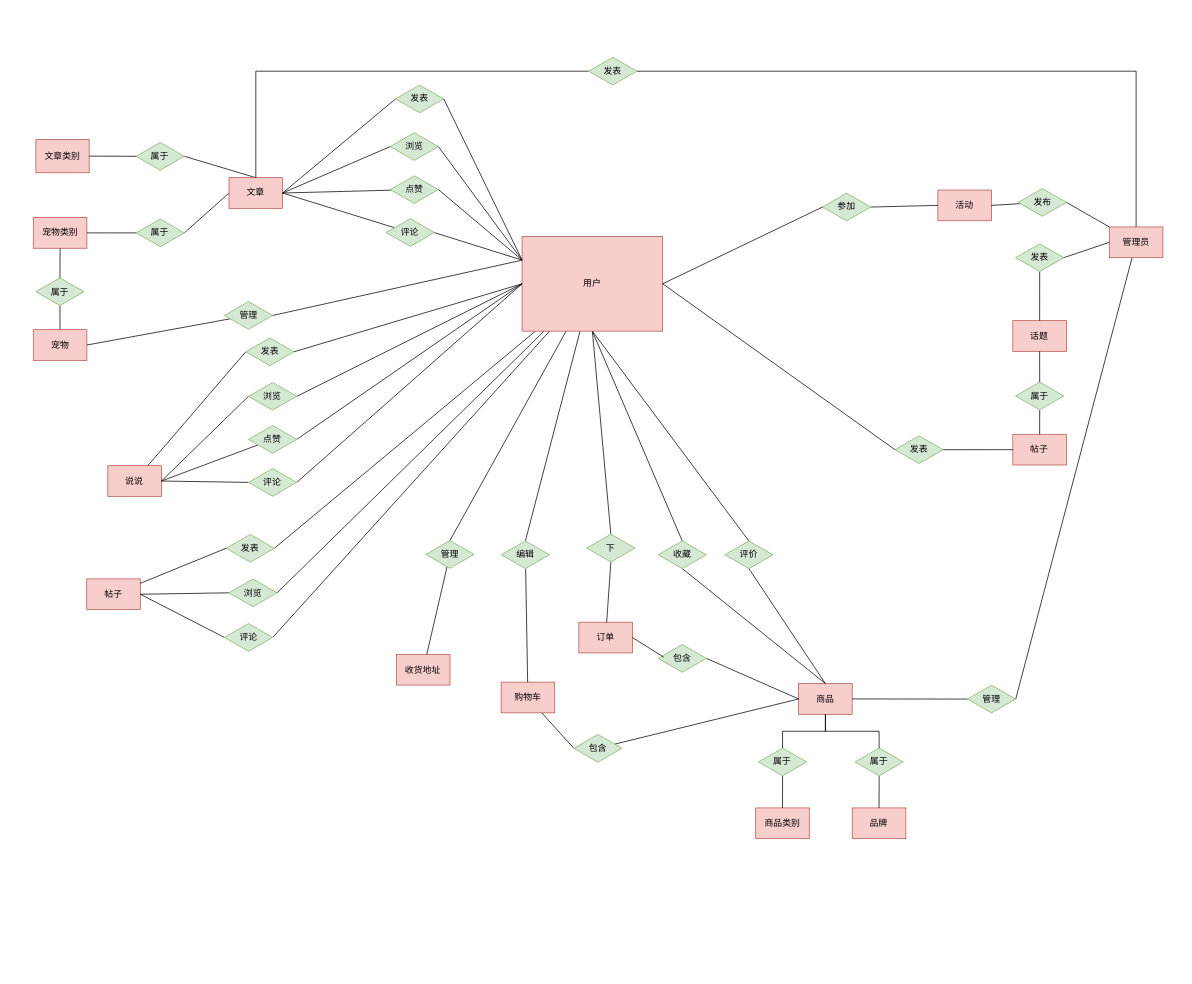
JMHello/draw keeps this draw.io diagram as pet/ER/ER图总图.drawio. Above is the earlier version. Source tidied: cells renumbered, new cells numbered last; positions are measured from the earlier drawing's top-left corner, leaving out a move shared by most shapes. Both pictures are drawn from the tidied source at 74%, with x=0, y=0 at pixel (33, 57).
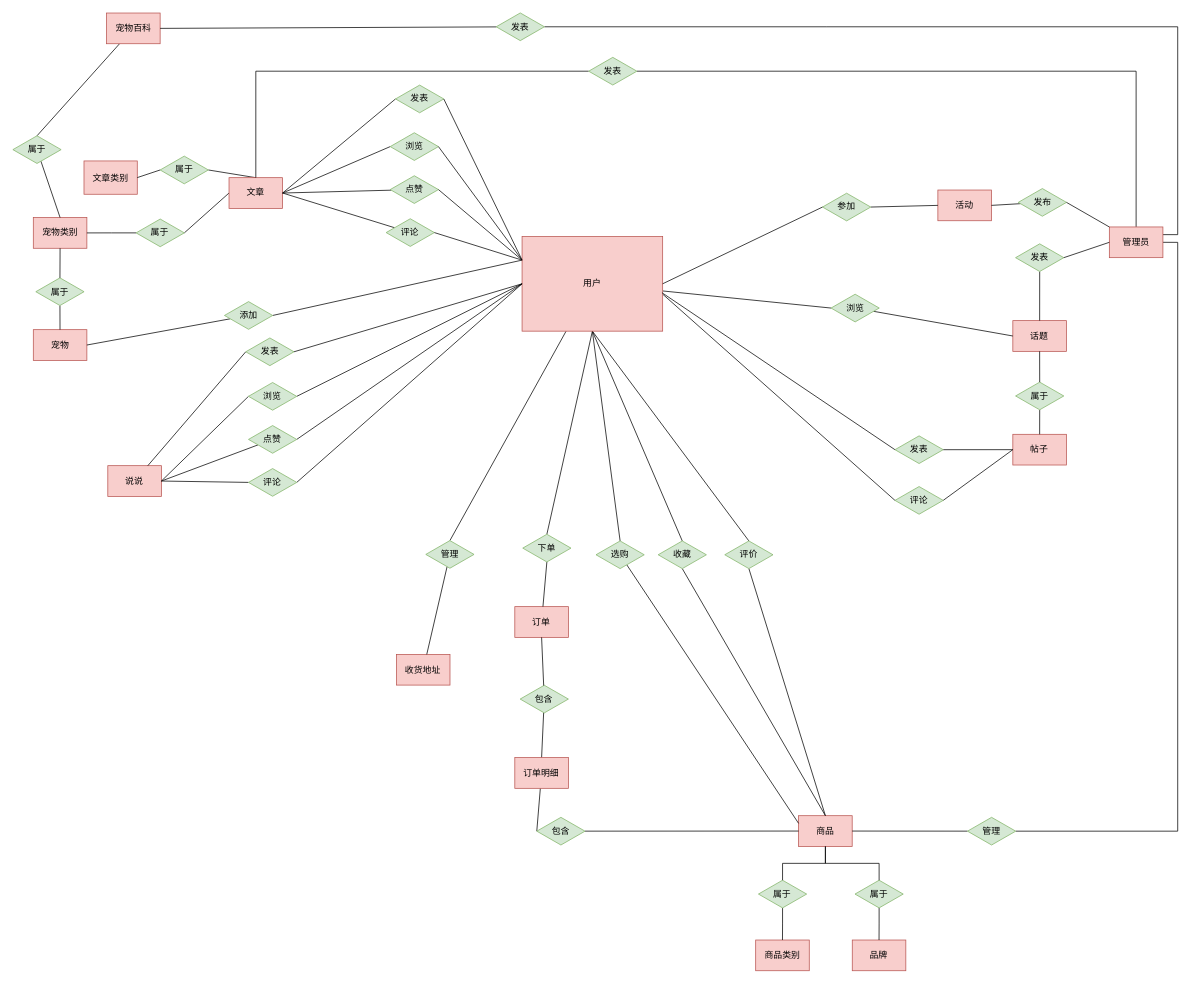
The same page after the edit.

Unchanged cells that the change refers to:
```xml
<mxCell id="11" value="用户" style="rounded=0;whiteSpace=wrap;html=1;fillColor=#f8cecc;strokeColor=#b85450;fontSize=12;" parent="1" vertex="1">
  <mxGeometry x="660" y="242" width="190" height="128" as="geometry" />
</mxCell>
<mxCell id="14" value="管理员" style="rounded=0;whiteSpace=wrap;html=1;fillColor=#f8cecc;strokeColor=#b85450;fontSize=12;" parent="1" vertex="1">
  <mxGeometry x="1453.6" y="229.2" width="72.4" height="41.5" as="geometry" />
</mxCell>
<mxCell id="18" value="话题" style="rounded=0;whiteSpace=wrap;html=1;fillColor=#f8cecc;strokeColor=#b85450;fontSize=12;" parent="1" vertex="1">
  <mxGeometry x="1323.2" y="355.8" width="72.4" height="41.5" as="geometry" />
</mxCell>
<mxCell id="27" value="帖子" style="rounded=0;whiteSpace=wrap;html=1;fillColor=#f8cecc;strokeColor=#b85450;fontSize=12;" parent="1" vertex="1">
  <mxGeometry x="1323.2" y="509.4" width="72.4" height="41.5" as="geometry" />
</mxCell>
<mxCell id="32" value="发表" style="rhombus;whiteSpace=wrap;html=1;fontSize=12;fillColor=#d5e8d4;strokeColor=#82b366;" parent="1" vertex="1">
  <mxGeometry x="1163.9" y="511.5" width="65.2" height="37.4" as="geometry" />
</mxCell>
<mxCell id="54" value="宠物类别" style="rounded=0;whiteSpace=wrap;html=1;fillColor=#f8cecc;strokeColor=#b85450;fontSize=12;" parent="53" vertex="1">
  <mxGeometry width="72.4" height="41.5" as="geometry" />
</mxCell>
```

Change to the diagram source:
```diff
@@
-    <mxCell id="5" style="edgeStyle=none;rounded=0;jettySize=auto;html=1;entryX=0.5;entryY=0;entryDx=0;entryDy=0;endArrow=none;endFill=0;" parent="1" edge="1" source="11" target="103">
-      <mxGeometry relative="1" as="geometry" />
-    </mxCell>
-    <mxCell id="6" style="edgeStyle=none;rounded=0;jettySize=auto;html=1;entryX=1;entryY=0.5;entryDx=0;entryDy=0;endArrow=none;endFill=0;" parent="1" edge="1" source="11" target="68">
-      <mxGeometry relative="1" as="geometry" />
-    </mxCell>
-    <mxCell id="7" style="edgeStyle=none;rounded=0;jettySize=auto;html=1;endArrow=none;endFill=0;entryX=1;entryY=0.5;entryDx=0;entryDy=0;" parent="1" edge="1" source="11" target="70">
-      <mxGeometry relative="1" as="geometry" />
-    </mxCell>
-    <mxCell id="8" style="edgeStyle=none;rounded=0;jettySize=auto;html=1;entryX=1;entryY=0.5;entryDx=0;entryDy=0;endArrow=none;endFill=0;" parent="1" edge="1" source="11" target="72">
-      <mxGeometry relative="1" as="geometry" />
-    </mxCell>
@@
+    <mxCell id="114" style="edgeStyle=none;rounded=0;jettySize=auto;html=1;entryX=0.5;entryY=0;entryDx=0;entryDy=0;endArrow=none;endFill=0;exitX=0.5;exitY=1;exitDx=0;exitDy=0;" parent="1" edge="1" source="11" target="121">
+      <mxGeometry relative="1" as="geometry" />
+    </mxCell>
+    <mxCell id="7" style="rounded=0;jettySize=auto;html=1;entryX=0;entryY=0.5;entryDx=0;entryDy=0;endArrow=none;endFill=0;" parent="1" edge="1" source="11" target="70">
+      <mxGeometry relative="1" as="geometry" />
+    </mxCell>
+    <mxCell id="115" style="edgeStyle=none;rounded=0;jettySize=auto;html=1;entryX=0;entryY=0.5;entryDx=0;entryDy=0;endArrow=none;endFill=0;" parent="1" edge="1" target="72">
+      <mxGeometry relative="1" as="geometry">
+        <mxPoint x="850" y="320" as="sourcePoint" />
+      </mxGeometry>
+    </mxCell>
@@
-    <mxCell id="13" style="edgeStyle=none;rounded=0;jettySize=auto;html=1;entryX=1;entryY=0.5;entryDx=0;entryDy=0;endArrow=none;endFill=0;" parent="1" edge="1" source="14" target="108">
+    <mxCell id="13" style="edgeStyle=orthogonalEdgeStyle;rounded=0;jettySize=auto;html=1;entryX=1;entryY=0.5;entryDx=0;entryDy=0;endArrow=none;endFill=0;exitX=1;exitY=0.5;exitDx=0;exitDy=0;" parent="1" edge="1" source="14" target="108">
       <mxGeometry relative="1" as="geometry" />
     </mxCell>
+    <mxCell id="116" style="edgeStyle=orthogonalEdgeStyle;rounded=0;jettySize=auto;html=1;entryX=1;entryY=0.5;entryDx=0;entryDy=0;endArrow=none;endFill=0;exitX=1;exitY=0.25;exitDx=0;exitDy=0;" parent="1" edge="1" source="14" target="68">
+      <mxGeometry relative="1" as="geometry" />
+    </mxCell>
@@
-    <mxCell id="33" style="rounded=0;jettySize=auto;html=1;exitX=1;exitY=0.5;exitDx=0;exitDy=0;entryX=0;entryY=0.5;entryDx=0;entryDy=0;endArrow=none;endFill=0;fontSize=12;" parent="1" edge="1" source="11" target="32">
+    <mxCell id="33" style="rounded=0;jettySize=auto;html=1;entryX=0;entryY=0.5;entryDx=0;entryDy=0;endArrow=none;endFill=0;fontSize=12;exitX=0.995;exitY=0.594;exitDx=0;exitDy=0;exitPerimeter=0;" parent="1" edge="1" source="11" target="32">
       <mxGeometry relative="1" as="geometry" />
     </mxCell>
@@
     <mxCell id="63" value="文章类别" style="rounded=0;whiteSpace=wrap;html=1;fillColor=#f8cecc;strokeColor=#b85450;fontSize=12;" parent="1" vertex="1">
-      <mxGeometry x="3" y="111" width="72" height="45" as="geometry" />
+      <mxGeometry x="68" y="140" width="72" height="45" as="geometry" />
     </mxCell>
@@
     <mxCell id="65" value="属于" style="rhombus;whiteSpace=wrap;html=1;fontSize=12;fillColor=#d5e8d4;strokeColor=#82b366;" parent="1" vertex="1">
-      <mxGeometry x="138.4" y="115" width="65.2" height="37.4" as="geometry" />
+      <mxGeometry x="170.9" y="133.5" width="65.2" height="37.4" as="geometry" />
     </mxCell>
-    <mxCell id="66" value="帖子" style="rounded=0;whiteSpace=wrap;html=1;fillColor=#f8cecc;strokeColor=#b85450;fontSize=12;" parent="1" vertex="1">
-      <mxGeometry x="71.7" y="704.8" width="72.4" height="41.5" as="geometry" />
-    </mxCell>
-    <mxCell id="67" style="rounded=0;jettySize=auto;html=1;exitX=0;exitY=0.5;exitDx=0;exitDy=0;fontSize=12;endArrow=none;endFill=0;" parent="1" edge="1" source="68" target="66">
-      <mxGeometry relative="1" as="geometry" />
-    </mxCell>
-    <mxCell id="68" value="发表" style="rhombus;whiteSpace=wrap;html=1;fontSize=12;fillColor=#d5e8d4;strokeColor=#82b366;" parent="1" vertex="1">
-      <mxGeometry x="260.1" y="644.7" width="65.2" height="37.4" as="geometry" />
-    </mxCell>
-    <mxCell id="69" style="edgeStyle=none;rounded=0;jettySize=auto;html=1;exitX=0;exitY=0.5;exitDx=0;exitDy=0;entryX=1;entryY=0.5;entryDx=0;entryDy=0;endArrow=none;endFill=0;fontSize=12;" parent="1" edge="1" source="70" target="66">
-      <mxGeometry relative="1" as="geometry" />
-    </mxCell>
-    <mxCell id="70" value="浏览" style="rhombus;whiteSpace=wrap;html=1;fontSize=12;fillColor=#d5e8d4;strokeColor=#82b366;" parent="1" vertex="1">
-      <mxGeometry x="263.8" y="704.9" width="65.2" height="37.4" as="geometry" />
-    </mxCell>
-    <mxCell id="71" style="edgeStyle=none;rounded=0;jettySize=auto;html=1;entryX=1;entryY=0.5;entryDx=0;entryDy=0;endArrow=none;endFill=0;fontSize=12;exitX=0;exitY=0.5;exitDx=0;exitDy=0;" parent="1" edge="1" source="72" target="66">
-      <mxGeometry relative="1" as="geometry" />
-    </mxCell>
-    <mxCell id="72" value="评论" style="rhombus;whiteSpace=wrap;html=1;fontSize=12;fillColor=#d5e8d4;strokeColor=#82b366;" parent="1" vertex="1">
-      <mxGeometry x="257.8" y="765.2" width="65.2" height="37.4" as="geometry" />
-    </mxCell>
@@
     <mxCell id="82" value="订单" style="rounded=0;whiteSpace=wrap;html=1;fillColor=#f8cecc;strokeColor=#b85450;fontSize=12;" parent="1" vertex="1">
-      <mxGeometry x="736.7" y="763.3" width="72.4" height="41.5" as="geometry" />
+      <mxGeometry x="650.2" y="742.3" width="72.4" height="41.5" as="geometry" />
     </mxCell>
     <mxCell id="83" value="商品" style="rounded=0;whiteSpace=wrap;html=1;fillColor=#f8cecc;strokeColor=#b85450;fontSize=12;" parent="1" vertex="1">
-      <mxGeometry x="1033.7" y="846.3" width="72.4" height="41.5" as="geometry" />
+      <mxGeometry x="1033.7" y="1024.8" width="72.4" height="41.5" as="geometry" />
     </mxCell>
@@
-    <mxCell id="85" value="下" style="rhombus;whiteSpace=wrap;html=1;fontSize=12;fillColor=#d5e8d4;strokeColor=#82b366;" parent="1" vertex="1">
-      <mxGeometry x="747.4" y="644.5" width="65.2" height="37.4" as="geometry" />
+    <mxCell id="85" value="下单" style="rhombus;whiteSpace=wrap;html=1;fontSize=12;fillColor=#d5e8d4;strokeColor=#82b366;" parent="1" vertex="1">
+      <mxGeometry x="660.9" y="644.5" width="65.2" height="37.4" as="geometry" />
     </mxCell>
     <mxCell id="86" value="商品类别" style="rounded=0;whiteSpace=wrap;html=1;fillColor=#f8cecc;strokeColor=#b85450;fontSize=12;" parent="1" vertex="1">
-      <mxGeometry x="975.7" y="1014.3" width="72.4" height="41.5" as="geometry" />
+      <mxGeometry x="975.7" y="1192.8" width="72.4" height="41.5" as="geometry" />
     </mxCell>
     <mxCell id="87" value="品牌" style="rounded=0;whiteSpace=wrap;html=1;fillColor=#f8cecc;strokeColor=#b85450;fontSize=12;" parent="1" vertex="1">
-      <mxGeometry x="1106.2" y="1014.3" width="72.4" height="41.5" as="geometry" />
+      <mxGeometry x="1106.2" y="1192.8" width="72.4" height="41.5" as="geometry" />
     </mxCell>
@@
     <mxCell id="89" value="属于" style="rhombus;whiteSpace=wrap;html=1;fontSize=12;fillColor=#d5e8d4;strokeColor=#82b366;" parent="1" vertex="1">
-      <mxGeometry x="979.4" y="933.5" width="65.2" height="37.4" as="geometry" />
+      <mxGeometry x="979.4" y="1112" width="65.2" height="37.4" as="geometry" />
     </mxCell>
@@
     <mxCell id="92" value="属于" style="rhombus;whiteSpace=wrap;html=1;fontSize=12;fillColor=#d5e8d4;strokeColor=#82b366;" parent="1" vertex="1">
-      <mxGeometry x="1109.9" y="933.5" width="65.2" height="37.4" as="geometry" />
+      <mxGeometry x="1109.9" y="1112" width="65.2" height="37.4" as="geometry" />
     </mxCell>
@@
-    <mxCell id="94" style="rounded=0;jettySize=auto;html=1;exitX=1;exitY=0.5;exitDx=0;exitDy=0;entryX=0;entryY=0.5;entryDx=0;entryDy=0;endArrow=none;endFill=0;fontSize=12;" parent="1" edge="1" source="95" target="83">
-      <mxGeometry relative="1" as="geometry" />
-    </mxCell>
+    <mxCell id="117" style="edgeStyle=none;rounded=0;jettySize=auto;html=1;entryX=0.5;entryY=0;entryDx=0;entryDy=0;endArrow=none;endFill=0;" parent="1" edge="1" source="95" target="119">
+      <mxGeometry relative="1" as="geometry" />
+    </mxCell>
     <mxCell id="95" value="包含" style="rhombus;whiteSpace=wrap;html=1;fontSize=12;fillColor=#d5e8d4;strokeColor=#82b366;" parent="1" vertex="1">
-      <mxGeometry x="843.9" y="793.5" width="65.2" height="37.4" as="geometry" />
+      <mxGeometry x="657.4" y="848.5" width="65.2" height="37.4" as="geometry" />
     </mxCell>
-    <mxCell id="96" style="rounded=0;jettySize=auto;html=1;exitX=1;exitY=0.5;exitDx=0;exitDy=0;entryX=0.116;entryY=0.455;entryDx=0;entryDy=0;entryPerimeter=0;endArrow=none;endFill=0;fontSize=12;" parent="1" edge="1" source="82" target="95">
+    <mxCell id="96" style="rounded=0;jettySize=auto;html=1;exitX=0.5;exitY=1;exitDx=0;exitDy=0;endArrow=none;endFill=0;fontSize=12;" parent="1" edge="1" source="82" target="95">
       <mxGeometry relative="1" as="geometry" />
     </mxCell>
@@
-    <mxCell id="101" value="购物车" style="rounded=0;whiteSpace=wrap;html=1;fillColor=#f8cecc;strokeColor=#b85450;fontSize=12;" parent="1" vertex="1">
-      <mxGeometry x="631.7" y="844.3" width="72.4" height="41.5" as="geometry" />
-    </mxCell>
-    <mxCell id="102" style="edgeStyle=none;rounded=0;jettySize=auto;html=1;endArrow=none;endFill=0;" parent="1" edge="1" source="103" target="101">
-      <mxGeometry relative="1" as="geometry" />
-    </mxCell>
-    <mxCell id="103" value="编辑" style="rhombus;whiteSpace=wrap;html=1;fontSize=12;fillColor=#d5e8d4;strokeColor=#82b366;" parent="1" vertex="1">
-      <mxGeometry x="631.9" y="653.5" width="65.2" height="37.4" as="geometry" />
-    </mxCell>
-    <mxCell id="104" style="edgeStyle=none;rounded=0;jettySize=auto;html=1;entryX=0;entryY=0.5;entryDx=0;entryDy=0;endArrow=none;endFill=0;" parent="1" edge="1" source="105" target="83">
-      <mxGeometry relative="1" as="geometry" />
-    </mxCell>
-    <mxCell id="105" value="包含" style="rhombus;whiteSpace=wrap;html=1;fontSize=12;fillColor=#d5e8d4;strokeColor=#82b366;" parent="1" vertex="1">
-      <mxGeometry x="729.9" y="915" width="65.2" height="37.4" as="geometry" />
-    </mxCell>
-    <mxCell id="106" style="edgeStyle=none;rounded=0;jettySize=auto;html=1;entryX=0;entryY=0.5;entryDx=0;entryDy=0;endArrow=none;endFill=0;" parent="1" edge="1" source="101" target="105">
-      <mxGeometry relative="1" as="geometry" />
-    </mxCell>
@@
     <mxCell id="108" value="管理" style="rhombus;whiteSpace=wrap;html=1;fontSize=12;fillColor=#d5e8d4;strokeColor=#82b366;" parent="1" vertex="1">
-      <mxGeometry x="1261.9" y="848.5" width="65.2" height="37.4" as="geometry" />
+      <mxGeometry x="1261.9" y="1027" width="65.2" height="37.4" as="geometry" />
     </mxCell>
@@
-    <mxCell id="113" value="管理" style="rhombus;whiteSpace=wrap;html=1;fontSize=12;fillColor=#d5e8d4;strokeColor=#82b366;" parent="1" vertex="1">
+    <mxCell id="113" value="添加" style="rhombus;whiteSpace=wrap;html=1;fontSize=12;fillColor=#d5e8d4;strokeColor=#82b366;" parent="1" vertex="1">
       <mxGeometry x="257.8" y="330.1" width="65.2" height="37.4" as="geometry" />
     </mxCell>
+    <mxCell id="118" style="edgeStyle=none;rounded=0;jettySize=auto;html=1;entryX=0;entryY=0.5;entryDx=0;entryDy=0;endArrow=none;endFill=0;" parent="1" edge="1" source="119" target="105">
+      <mxGeometry relative="1" as="geometry" />
+    </mxCell>
+    <mxCell id="119" value="订单明细" style="rounded=0;whiteSpace=wrap;html=1;fillColor=#f8cecc;strokeColor=#b85450;fontSize=12;" parent="1" vertex="1">
+      <mxGeometry x="650.2" y="946.3" width="72.4" height="41.5" as="geometry" />
+    </mxCell>
+    <mxCell id="104" style="edgeStyle=none;rounded=0;jettySize=auto;html=1;endArrow=none;endFill=0;entryX=0;entryY=0.5;entryDx=0;entryDy=0;" parent="1" edge="1" source="105" target="83">
+      <mxGeometry relative="1" as="geometry" />
+    </mxCell>
+    <mxCell id="105" value="包含" style="rhombus;whiteSpace=wrap;html=1;fontSize=12;fillColor=#d5e8d4;strokeColor=#82b366;" parent="1" vertex="1">
+      <mxGeometry x="679.9" y="1027" width="65.2" height="37.4" as="geometry" />
+    </mxCell>
+    <mxCell id="120" style="edgeStyle=none;rounded=0;jettySize=auto;html=1;entryX=0;entryY=0.25;entryDx=0;entryDy=0;endArrow=none;endFill=0;" parent="1" edge="1" source="121" target="83">
+      <mxGeometry relative="1" as="geometry" />
+    </mxCell>
+    <mxCell id="121" value="选购" style="rhombus;whiteSpace=wrap;html=1;fontSize=12;fillColor=#d5e8d4;strokeColor=#82b366;" parent="1" vertex="1">
+      <mxGeometry x="759.9" y="653.5" width="65.2" height="37.4" as="geometry" />
+    </mxCell>
+    <mxCell id="122" style="edgeStyle=none;rounded=0;jettySize=auto;html=1;endArrow=none;endFill=0;entryX=0;entryY=0.5;entryDx=0;entryDy=0;" parent="1" edge="1" source="70" target="18">
+      <mxGeometry relative="1" as="geometry" />
+    </mxCell>
+    <mxCell id="70" value="浏览" style="rhombus;whiteSpace=wrap;html=1;fontSize=12;fillColor=#d5e8d4;strokeColor=#82b366;" parent="1" vertex="1">
+      <mxGeometry x="1077.5" y="320.1" width="65.2" height="37.4" as="geometry" />
+    </mxCell>
+    <mxCell id="123" style="edgeStyle=none;rounded=0;jettySize=auto;html=1;entryX=0;entryY=0.5;entryDx=0;entryDy=0;endArrow=none;endFill=0;exitX=1;exitY=0.5;exitDx=0;exitDy=0;" parent="1" edge="1" source="72" target="27">
+      <mxGeometry relative="1" as="geometry" />
+    </mxCell>
+    <mxCell id="72" value="评论" style="rhombus;whiteSpace=wrap;html=1;fontSize=12;fillColor=#d5e8d4;strokeColor=#82b366;" parent="1" vertex="1">
+      <mxGeometry x="1163.9" y="580" width="65.2" height="37.4" as="geometry" />
+    </mxCell>
+    <mxCell id="124" style="rounded=0;jettySize=auto;html=1;entryX=0.5;entryY=0;entryDx=0;entryDy=0;endArrow=none;endFill=0;" parent="1" edge="1" source="125" target="128">
+      <mxGeometry relative="1" as="geometry" />
+    </mxCell>
+    <mxCell id="125" value="宠物百科" style="rounded=0;whiteSpace=wrap;html=1;fillColor=#f8cecc;strokeColor=#b85450;fontSize=12;" parent="1" vertex="1">
+      <mxGeometry x="98.5" y="-59.9" width="72.4" height="41.5" as="geometry" />
+    </mxCell>
+    <mxCell id="126" style="edgeStyle=none;rounded=0;jettySize=auto;html=1;entryX=1;entryY=0.5;entryDx=0;entryDy=0;endArrow=none;endFill=0;" parent="1" edge="1" source="68" target="125">
+      <mxGeometry relative="1" as="geometry" />
+    </mxCell>
+    <mxCell id="68" value="发表" style="rhombus;whiteSpace=wrap;html=1;fontSize=12;fillColor=#d5e8d4;strokeColor=#82b366;" parent="1" vertex="1">
+      <mxGeometry x="625" y="-60" width="65.2" height="37.4" as="geometry" />
+    </mxCell>
+    <mxCell id="127" style="edgeStyle=none;rounded=0;jettySize=auto;html=1;entryX=0.5;entryY=0;entryDx=0;entryDy=0;endArrow=none;endFill=0;" parent="1" edge="1" source="128" target="54">
+      <mxGeometry relative="1" as="geometry" />
+    </mxCell>
+    <mxCell id="128" value="属于" style="rhombus;whiteSpace=wrap;html=1;fontSize=12;fillColor=#d5e8d4;strokeColor=#82b366;" parent="1" vertex="1">
+      <mxGeometry x="-28.1" y="106" width="65.2" height="37.4" as="geometry" />
+    </mxCell>
```
